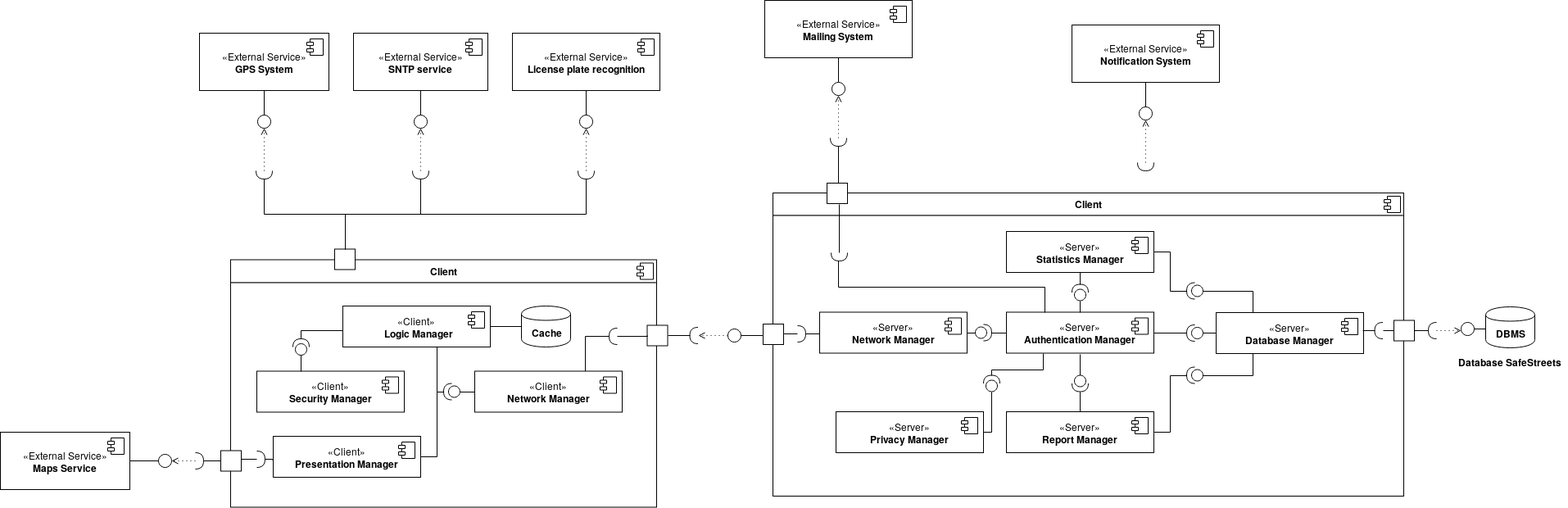
The draw.io diagram DD/img/component_diagrams/component_diagram_complete.png in dariomiceli3/SafeStreet, before a commit. Source tidied: cells renumbered, new cells last; positions are measured from the earlier drawing's top-left corner, leaving out a move shared by most shapes.
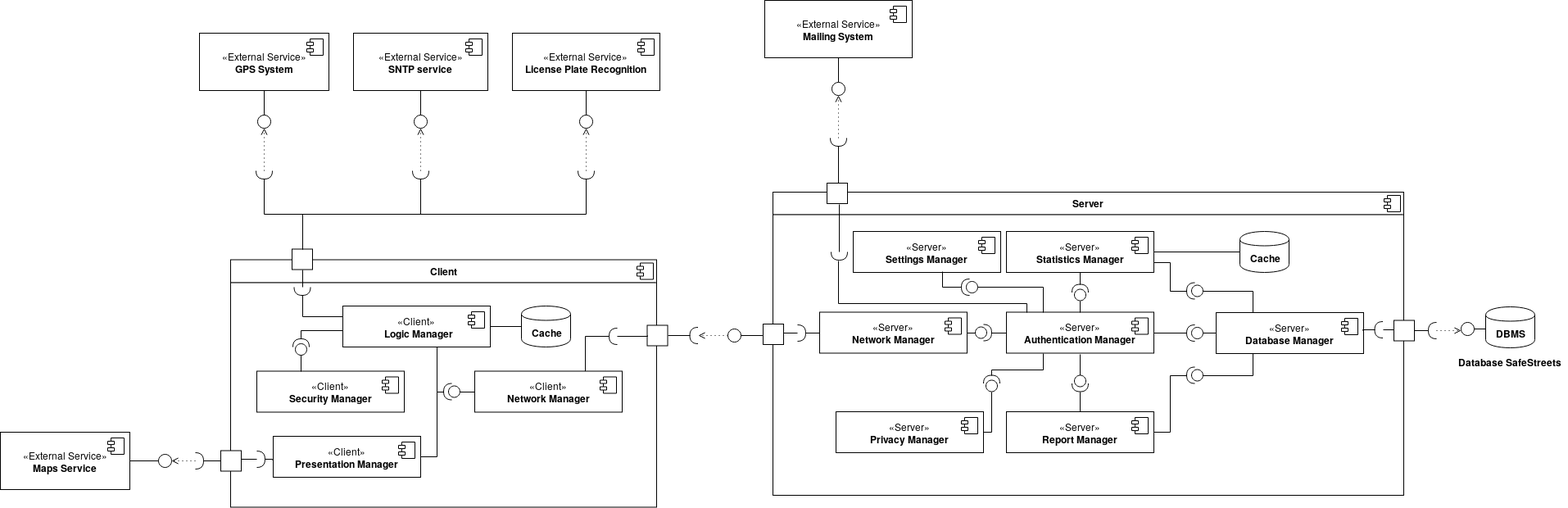
The same diagram one commit later.

Commit message:
component interface, final fix

The edit, as a diff of the source:
```diff
@@ -11,7 +11,7 @@
       </mxGeometry>
     </mxCell>
     <mxCell id="4" style="whiteSpace=wrap;html=1;" parent="2" vertex="1">
-      <mxGeometry x="127" y="-13" width="25" height="25" as="geometry" />
+      <mxGeometry x="75" y="-13" width="25" height="25" as="geometry" />
     </mxCell>
     <mxCell id="5" style="shape=requiredInterface;html=1;verticalLabelPosition=bottom;direction=west;" parent="2" vertex="1">
       <mxGeometry x="462" y="83.5" width="10" height="20" as="geometry" />
@@ -19,8 +19,14 @@
     <mxCell id="6" style="shape=requiredInterface;html=1;verticalLabelPosition=bottom;" parent="2" vertex="1">
       <mxGeometry x="32" y="233.5" width="10" height="20" as="geometry" />
     </mxCell>
+    <mxCell id="130" style="edgeStyle=orthogonalEdgeStyle;rounded=0;jettySize=auto;html=1;exitX=0;exitY=0.5;exitDx=0;exitDy=0;exitPerimeter=0;entryX=0.5;entryY=1;entryDx=0;entryDy=0;endArrow=none;endFill=0;" parent="2" edge="1" source="131" target="4">
+      <mxGeometry relative="1" as="geometry" />
+    </mxCell>
+    <mxCell id="131" style="shape=requiredInterface;html=1;verticalLabelPosition=bottom;direction=south;" parent="2" vertex="1">
+      <mxGeometry x="77.5" y="33.5" width="20" height="10" as="geometry" />
+    </mxCell>
-    <mxCell id="7" value="&lt;p style=&quot;margin: 0px ; margin-top: 6px ; text-align: center&quot;&gt;&lt;b&gt;Client&lt;/b&gt;&lt;/p&gt;&lt;hr&gt;&lt;p style=&quot;margin: 0px ; margin-left: 8px&quot;&gt;&lt;br&gt;&lt;/p&gt;" style="align=left;overflow=fill;html=1;" parent="1" vertex="1">
-      <mxGeometry x="943" y="235" width="770" height="370" as="geometry" />
+    <mxCell id="7" value="&lt;p style=&quot;margin: 0px ; margin-top: 6px ; text-align: center&quot;&gt;&lt;b&gt;Server&lt;/b&gt;&lt;br&gt;&lt;/p&gt;&lt;hr&gt;&lt;p style=&quot;margin: 0px ; margin-left: 8px&quot;&gt;&lt;br&gt;&lt;/p&gt;" style="align=left;overflow=fill;html=1;" parent="1" vertex="1">
+      <mxGeometry x="943" y="234" width="770" height="370" as="geometry" />
     </mxCell>
     <mxCell id="8" style="shape=component;jettyWidth=8;jettyHeight=4;" parent="7" vertex="1">
       <mxGeometry x="1" width="20" height="20" relative="1" as="geometry">
@@ -34,7 +40,7 @@
       <mxGeometry x="734.5" y="158" width="10" height="20" as="geometry" />
     </mxCell>
     <mxCell id="11" style="whiteSpace=wrap;html=1;" parent="7" vertex="1">
-      <mxGeometry x="66" y="-12" width="25" height="25" as="geometry" />
+      <mxGeometry x="66" y="-11" width="25" height="25" as="geometry" />
     </mxCell>
     <mxCell id="12" style="edgeStyle=orthogonalEdgeStyle;rounded=0;jettySize=auto;html=1;exitX=0;exitY=0.5;exitDx=0;exitDy=0;exitPerimeter=0;entryX=0.6;entryY=1.04;entryDx=0;entryDy=0;entryPerimeter=0;endArrow=none;endFill=0;" parent="7" edge="1" source="13" target="11">
       <mxGeometry relative="1" as="geometry" />
@@ -42,6 +48,26 @@
     <mxCell id="13" style="shape=requiredInterface;html=1;verticalLabelPosition=bottom;direction=south;" parent="7" vertex="1">
       <mxGeometry x="71" y="73" width="20" height="10" as="geometry" />
     </mxCell>
+    <mxCell id="132" value="&lt;b&gt;Cache&lt;/b&gt;" style="shape=cylinder;whiteSpace=wrap;html=1;boundedLbl=1;backgroundOutline=1;" parent="7" vertex="1">
+      <mxGeometry x="570" y="48" width="60" height="50" as="geometry" />
+    </mxCell>
+    <mxCell id="133" value="«Server»&lt;br&gt;&lt;b&gt;Settings Manager&lt;br&gt;&lt;/b&gt;" style="html=1;" parent="7" vertex="1">
+      <mxGeometry x="98" y="48" width="180" height="50" as="geometry" />
+    </mxCell>
+    <mxCell id="134" style="shape=component;jettyWidth=8;jettyHeight=4;" parent="133" vertex="1">
+      <mxGeometry x="1" width="20" height="20" relative="1" as="geometry">
+        <mxPoint x="-27" y="7" as="offset" />
+      </mxGeometry>
+    </mxCell>
+    <mxCell id="135" style="edgeStyle=orthogonalEdgeStyle;rounded=0;jettySize=auto;html=1;exitX=1;exitY=0.5;exitDx=0;exitDy=0;exitPerimeter=0;entryX=0.606;entryY=0.98;entryDx=0;entryDy=0;entryPerimeter=0;endArrow=none;endFill=0;" parent="7" edge="1" source="136" target="133">
+      <mxGeometry relative="1" as="geometry" />
+    </mxCell>
+    <mxCell id="136" style="shape=providedRequiredInterface;html=1;verticalLabelPosition=bottom;direction=west;" parent="7" vertex="1">
+      <mxGeometry x="230" y="106" width="20" height="20" as="geometry" />
+    </mxCell>
+    <mxCell id="137" style="edgeStyle=orthogonalEdgeStyle;rounded=0;jettySize=auto;html=1;exitX=1;exitY=0.5;exitDx=0;exitDy=0;entryX=0;entryY=0.5;entryDx=0;entryDy=0;endArrow=none;endFill=0;" parent="1" edge="1" source="14" target="132">
+      <mxGeometry relative="1" as="geometry" />
+    </mxCell>
     <mxCell id="14" value="«Server»&lt;br&gt;&lt;b&gt;Statistics Manager&lt;br&gt;&lt;/b&gt;" style="html=1;" parent="1" vertex="1">
       <mxGeometry x="1228" y="282" width="180" height="50" as="geometry" />
     </mxCell>
@@ -99,7 +125,7 @@
         <mxPoint x="-27" y="7" as="offset" />
       </mxGeometry>
     </mxCell>
-    <mxCell id="29" style="edgeStyle=orthogonalEdgeStyle;rounded=0;jettySize=auto;html=1;exitX=1;exitY=0.5;exitDx=0;exitDy=0;exitPerimeter=0;entryX=1;entryY=0.5;entryDx=0;entryDy=0;endArrow=none;endFill=0;" parent="1" edge="1" source="31" target="14">
+    <mxCell id="29" style="edgeStyle=orthogonalEdgeStyle;rounded=0;jettySize=auto;html=1;exitX=1;exitY=0.5;exitDx=0;exitDy=0;exitPerimeter=0;entryX=1;entryY=0.75;entryDx=0;entryDy=0;endArrow=none;endFill=0;" parent="1" edge="1" source="31" target="14">
       <mxGeometry relative="1" as="geometry" />
     </mxCell>
     <mxCell id="30" style="edgeStyle=orthogonalEdgeStyle;rounded=0;jettySize=auto;html=1;exitX=0;exitY=0.5;exitDx=0;exitDy=0;exitPerimeter=0;entryX=0.25;entryY=0;entryDx=0;entryDy=0;endArrow=none;endFill=0;" parent="1" edge="1" source="31" target="17">
@@ -259,7 +285,7 @@
         <mxPoint x="-27" y="7" as="offset" />
       </mxGeometry>
     </mxCell>
-    <mxCell id="70" value="«External Service»&lt;br&gt;&lt;b&gt;License plate recognition&lt;br&gt;&lt;/b&gt;" style="html=1;" parent="1" vertex="1">
+    <mxCell id="70" value="«External Service»&lt;br&gt;&lt;b&gt;License Plate Recognition&lt;br&gt;&lt;/b&gt;" style="html=1;" parent="1" vertex="1">
       <mxGeometry x="625" y="40" width="180" height="70" as="geometry" />
     </mxCell>
     <mxCell id="71" style="shape=component;jettyWidth=8;jettyHeight=4;" parent="70" vertex="1">
@@ -373,26 +399,6 @@
     <mxCell id="103" style="ellipse;whiteSpace=wrap;html=1;" parent="1" vertex="1">
       <mxGeometry x="1015" y="100" width="16" height="16" as="geometry" />
     </mxCell>
-    <mxCell id="104" value="«External Service»&lt;br&gt;&lt;b&gt;Notification System&lt;br&gt;&lt;/b&gt;" style="html=1;" parent="1" vertex="1">
-      <mxGeometry x="1308" y="30" width="180" height="70" as="geometry" />
-    </mxCell>
-    <mxCell id="105" style="shape=component;jettyWidth=8;jettyHeight=4;" parent="104" vertex="1">
-      <mxGeometry x="1" width="20" height="20" relative="1" as="geometry">
-        <mxPoint x="-27" y="7" as="offset" />
-      </mxGeometry>
-    </mxCell>
-    <mxCell id="106" style="edgeStyle=orthogonalEdgeStyle;rounded=0;jettySize=auto;html=1;exitX=0;exitY=0.5;exitDx=0;exitDy=0;exitPerimeter=0;entryX=0.5;entryY=1;entryDx=0;entryDy=0;endArrow=open;endFill=0;dashed=1;dashPattern=1 4;" parent="1" edge="1" source="107" target="109">
-      <mxGeometry relative="1" as="geometry" />
-    </mxCell>
-    <mxCell id="107" style="shape=requiredInterface;html=1;verticalLabelPosition=bottom;direction=south;" parent="1" vertex="1">
-      <mxGeometry x="1388" y="198" width="20" height="10" as="geometry" />
-    </mxCell>
-    <mxCell id="108" style="edgeStyle=orthogonalEdgeStyle;rounded=0;jettySize=auto;html=1;exitX=0.5;exitY=0;exitDx=0;exitDy=0;entryX=0.5;entryY=1;entryDx=0;entryDy=0;endArrow=none;endFill=0;" parent="1" edge="1" source="109" target="104">
-      <mxGeometry relative="1" as="geometry" />
-    </mxCell>
-    <mxCell id="109" style="ellipse;whiteSpace=wrap;html=1;" parent="1" vertex="1">
-      <mxGeometry x="1390" y="130" width="16" height="16" as="geometry" />
-    </mxCell>
     <mxCell id="110" value="«External Service»&lt;br&gt;&lt;b&gt;Maps Service&lt;br&gt;&lt;/b&gt;" style="html=1;" parent="1" vertex="1">
       <mxGeometry y="527" width="158" height="70" as="geometry" />
     </mxCell>
@@ -452,15 +458,22 @@
     <mxCell id="128" style="edgeStyle=orthogonalEdgeStyle;rounded=0;jettySize=auto;html=1;exitX=0;exitY=0.5;exitDx=0;exitDy=0;exitPerimeter=0;entryX=0;entryY=0.5;entryDx=0;entryDy=0;endArrow=none;endFill=0;" parent="1" edge="1" source="10" target="122">
       <mxGeometry relative="1" as="geometry" />
     </mxCell>
-    <mxCell id="129" style="edgeStyle=orthogonalEdgeStyle;rounded=0;orthogonalLoop=1;jettySize=auto;html=1;exitX=1;exitY=0.5;exitDx=0;exitDy=0;exitPerimeter=0;entryX=0.25;entryY=0;entryDx=0;entryDy=0;endArrow=none;endFill=0;" parent="1" edge="1">
+    <mxCell id="129" style="edgeStyle=orthogonalEdgeStyle;rounded=0;orthogonalLoop=1;jettySize=auto;html=1;exitX=1;exitY=0.5;exitDx=0;exitDy=0;exitPerimeter=0;endArrow=none;endFill=0;" parent="1" edge="1">
       <mxGeometry relative="1" as="geometry">
         <mxPoint x="1023" y="318" as="sourcePoint" />
-        <mxPoint x="1275" y="381" as="targetPoint" />
+        <mxPoint x="1253" y="381" as="targetPoint" />
         <Array as="points">
-          <mxPoint x="1023" y="350" />
-          <mxPoint x="1275" y="350" />
+          <mxPoint x="1023" y="370" />
+          <mxPoint x="1253" y="370" />
+          <mxPoint x="1253" y="381" />
         </Array>
       </mxGeometry>
     </mxCell>
+    <mxCell id="138" style="edgeStyle=orthogonalEdgeStyle;rounded=0;jettySize=auto;html=1;exitX=0;exitY=0.5;exitDx=0;exitDy=0;exitPerimeter=0;entryX=0.25;entryY=0;entryDx=0;entryDy=0;endArrow=none;endFill=0;" parent="1" edge="1" source="136" target="27">
+      <mxGeometry relative="1" as="geometry" />
+    </mxCell>
+    <mxCell id="139" style="edgeStyle=orthogonalEdgeStyle;rounded=0;jettySize=auto;html=1;exitX=1;exitY=0.5;exitDx=0;exitDy=0;exitPerimeter=0;entryX=0;entryY=0.25;entryDx=0;entryDy=0;endArrow=none;endFill=0;" parent="1" edge="1" source="131" target="62">
+      <mxGeometry relative="1" as="geometry" />
+    </mxCell>
   </root>
 </mxGraphModel>
```
